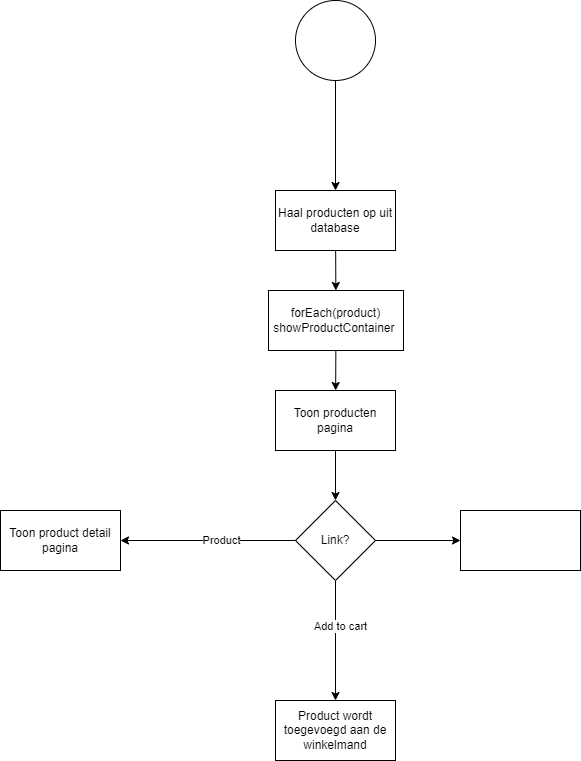
The draw.io diagram Diagrams/webshop_flowchart.drawio.png in Dabra720/educom-webshop-database, before a commit. Source tidied: cells renumbered, new cells last; positions are measured from the earlier drawing's top-left corner, leaving out a move shared by most shapes.
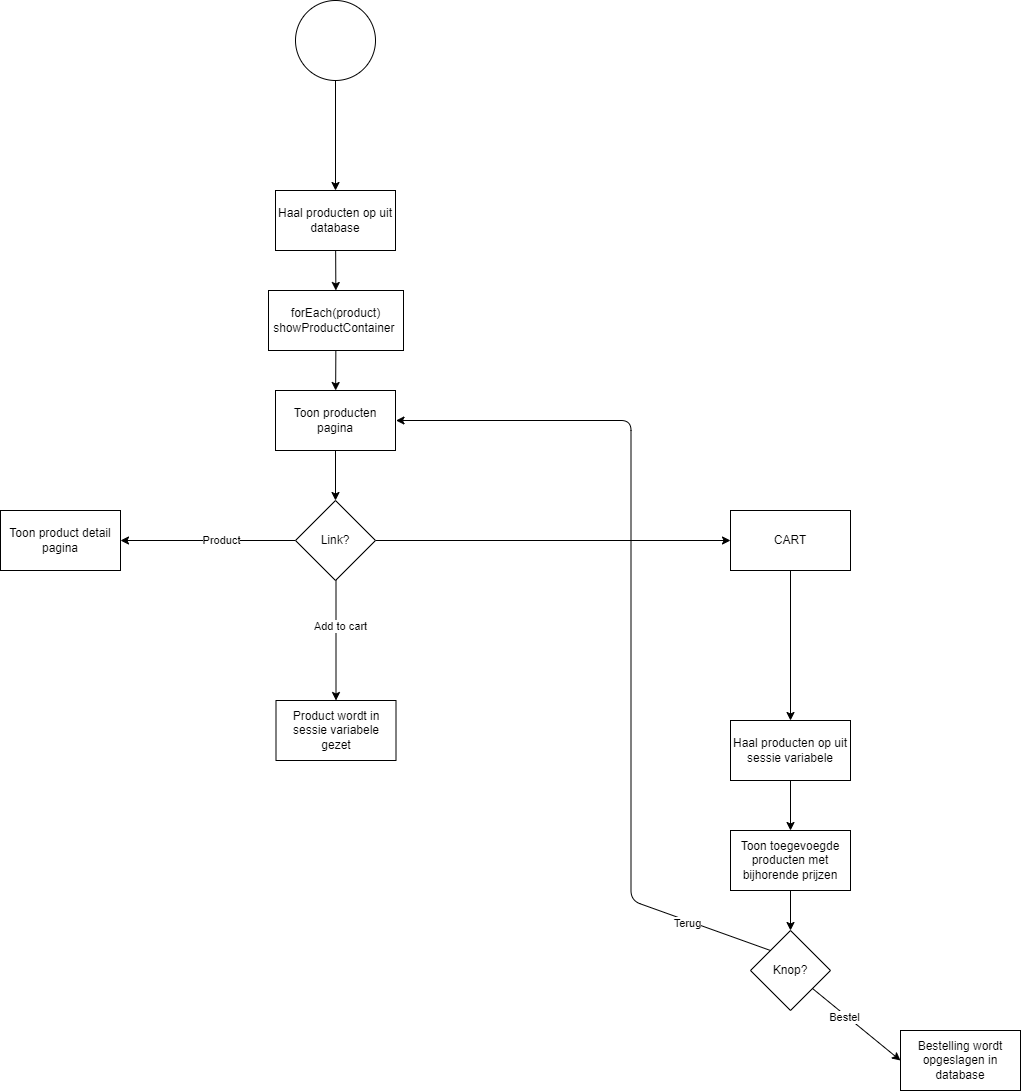
The same diagram one commit later.

Commit message:
Issue #4 Webshop

Diff of the diagram source:
```diff
@@ -20,8 +20,10 @@
     <mxCell id="7" value="Product" style="edgeLabel;html=1;align=center;verticalAlign=middle;" parent="6" vertex="1">
       <mxGeometry x="-0.14" y="-1" relative="1" as="geometry" />
     </mxCell>
-    <mxCell id="8" style="edgeStyle=none;html=1;" parent="1" edge="1" source="11" target="13">
-      <mxGeometry relative="1" as="geometry" />
+    <mxCell id="8" style="edgeStyle=none;html=1;" parent="1" edge="1" target="13">
+      <mxGeometry relative="1" as="geometry">
+        <mxPoint x="335.5" y="580" as="sourcePoint" />
+      </mxGeometry>
     </mxCell>
     <mxCell id="9" value="Add to cart" style="edgeLabel;html=1;align=center;verticalAlign=middle;" parent="8" vertex="1">
       <mxGeometry x="-0.25" y="4" relative="1" as="geometry" />
@@ -35,8 +37,8 @@
     <mxCell id="12" value="Toon product detail pagina" style="rounded=0;whiteSpace=wrap;html=1;" parent="1" vertex="1">
       <mxGeometry y="510" width="120" height="60" as="geometry" />
     </mxCell>
-    <mxCell id="13" value="Product wordt toegevoegd aan de winkelmand" style="rounded=0;whiteSpace=wrap;html=1;" parent="1" vertex="1">
-      <mxGeometry x="275" y="700" width="120" height="60" as="geometry" />
+    <mxCell id="13" value="Product wordt in sessie variabele gezet" style="rounded=0;whiteSpace=wrap;html=1;" parent="1" vertex="1">
+      <mxGeometry x="275.5" y="700" width="120" height="60" as="geometry" />
     </mxCell>
     <mxCell id="14" style="edgeStyle=none;html=1;" parent="1" edge="1" source="15" target="17">
       <mxGeometry relative="1" as="geometry" />
@@ -50,8 +52,47 @@
     <mxCell id="17" value="forEach(product)&lt;br&gt;showProductContainer&amp;nbsp;" style="whiteSpace=wrap;html=1;" parent="1" vertex="1">
       <mxGeometry x="268" y="290" width="135" height="60" as="geometry" />
     </mxCell>
+    <mxCell id="19" style="edgeStyle=none;html=1;entryX=0.5;entryY=0;entryDx=0;entryDy=0;" parent="1" edge="1" source="18" target="21">
+      <mxGeometry relative="1" as="geometry" />
+    </mxCell>
-    <mxCell id="18" style="whiteSpace=wrap;html=1;" parent="1" vertex="1">
-      <mxGeometry x="460" y="510" width="120" height="60" as="geometry" />
+    <mxCell id="18" value="CART" style="whiteSpace=wrap;html=1;" parent="1" vertex="1">
+      <mxGeometry x="730" y="510" width="120" height="60" as="geometry" />
     </mxCell>
+    <mxCell id="20" style="edgeStyle=none;html=1;" parent="1" edge="1" source="21" target="23">
+      <mxGeometry relative="1" as="geometry" />
+    </mxCell>
+    <mxCell id="21" value="Haal producten op uit sessie variabele" style="rounded=0;whiteSpace=wrap;html=1;" parent="1" vertex="1">
+      <mxGeometry x="730" y="720" width="120" height="60" as="geometry" />
+    </mxCell>
+    <mxCell id="22" style="edgeStyle=none;html=1;entryX=0.5;entryY=0;entryDx=0;entryDy=0;" parent="1" edge="1" source="23" target="28">
+      <mxGeometry relative="1" as="geometry" />
+    </mxCell>
+    <mxCell id="23" value="Toon toegevoegde producten met bijhorende prijzen" style="rounded=0;whiteSpace=wrap;html=1;" parent="1" vertex="1">
+      <mxGeometry x="730" y="830" width="120" height="60" as="geometry" />
+    </mxCell>
+    <mxCell id="24" style="edgeStyle=none;html=1;exitX=0;exitY=0;exitDx=0;exitDy=0;entryX=1;entryY=0.5;entryDx=0;entryDy=0;" parent="1" edge="1" source="28">
+      <mxGeometry relative="1" as="geometry">
+        <mxPoint x="395.5" y="420" as="targetPoint" />
+        <Array as="points">
+          <mxPoint x="630.5" y="900" />
+          <mxPoint x="630.5" y="420" />
+        </Array>
+      </mxGeometry>
+    </mxCell>
+    <mxCell id="25" value="Terug" style="edgeLabel;html=1;align=center;verticalAlign=middle;" parent="24" vertex="1">
+      <mxGeometry x="-0.8" y="2" relative="1" as="geometry" />
+    </mxCell>
+    <mxCell id="26" style="edgeStyle=none;html=1;entryX=0;entryY=0.5;entryDx=0;entryDy=0;" parent="1" edge="1" source="28" target="29">
+      <mxGeometry relative="1" as="geometry" />
+    </mxCell>
+    <mxCell id="27" value="Bestel" style="edgeLabel;html=1;align=center;verticalAlign=middle;" parent="26" vertex="1">
+      <mxGeometry x="-0.26" y="-2" relative="1" as="geometry" />
+    </mxCell>
+    <mxCell id="28" value="Knop?" style="rhombus;whiteSpace=wrap;html=1;" parent="1" vertex="1">
+      <mxGeometry x="750" y="930" width="80" height="80" as="geometry" />
+    </mxCell>
+    <mxCell id="29" value="Bestelling wordt opgeslagen in database" style="rounded=0;whiteSpace=wrap;html=1;" parent="1" vertex="1">
+      <mxGeometry x="900" y="1030" width="120" height="60" as="geometry" />
+    </mxCell>
   </root>
 </mxGraphModel>
```
